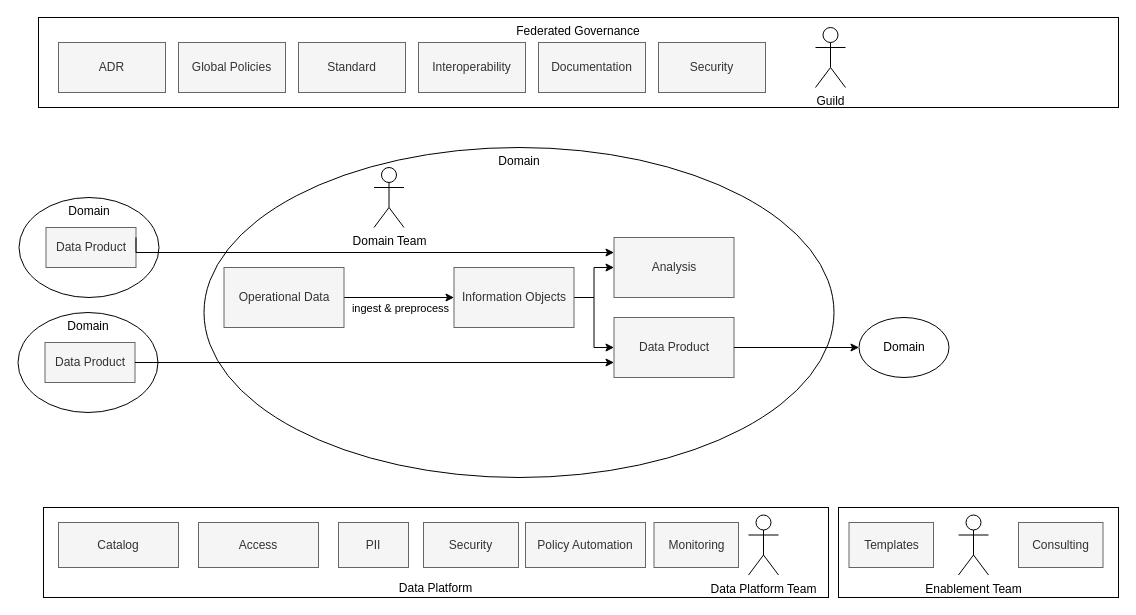
Before: diagrams/datamesharchitecture.drawio in datamesh-architecture/datamesh-architecture.com, a draw.io diagram. Source tidied: cells renumbered, new cells numbered last; positions are measured from the earlier drawing's top-left corner, leaving out a move shared by most shapes. Both pictures are drawn from the tidied source at 100%, with x=0, y=0 at pixel (18, 17).
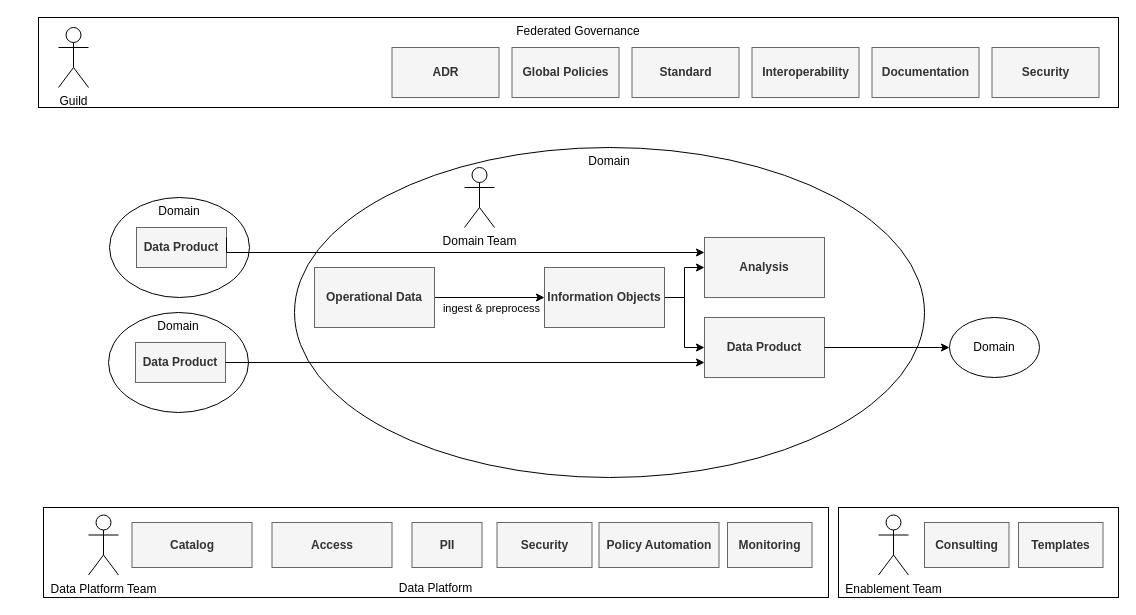
The same diagram, later.

The edit, as a diff of the source:
```diff
@@
     <mxCell id="3" value="Domain" style="ellipse;whiteSpace=wrap;html=1;verticalAlign=top;" parent="1" vertex="1">
-      <mxGeometry x="185.5" y="130" width="630" height="330" as="geometry" />
+      <mxGeometry x="276" y="130" width="630" height="330" as="geometry" />
     </mxCell>
@@
     <mxCell id="6" value="Guild" style="shape=umlActor;verticalLabelPosition=bottom;verticalAlign=top;html=1;" parent="1" vertex="1">
-      <mxGeometry x="797" y="10" width="30" height="60" as="geometry" />
+      <mxGeometry x="40" y="10" width="30" height="60" as="geometry" />
     </mxCell>
     <mxCell id="7" value="Domain Team" style="shape=umlActor;verticalLabelPosition=bottom;verticalAlign=top;html=1;" parent="1" vertex="1">
-      <mxGeometry x="355.5" y="150" width="30" height="60" as="geometry" />
+      <mxGeometry x="446" y="150" width="30" height="60" as="geometry" />
     </mxCell>
     <mxCell id="8" value="Data Platform Team" style="shape=umlActor;verticalLabelPosition=bottom;verticalAlign=top;html=1;" parent="1" vertex="1">
-      <mxGeometry x="730" y="497.5" width="30" height="60" as="geometry" />
+      <mxGeometry x="70" y="497.5" width="30" height="60" as="geometry" />
     </mxCell>
-    <mxCell id="9" value="Analysis" style="rounded=0;whiteSpace=wrap;html=1;fillColor=#f5f5f5;fontColor=#333333;strokeColor=#666666;" parent="1" vertex="1">
-      <mxGeometry x="595.5" y="220" width="120" height="60" as="geometry" />
+    <mxCell id="9" value="Analysis" style="rounded=0;whiteSpace=wrap;html=1;fillColor=#f5f5f5;fontColor=#333333;strokeColor=#666666;fontStyle=1;" parent="1" vertex="1">
+      <mxGeometry x="686" y="220" width="120" height="60" as="geometry" />
     </mxCell>
@@
     <mxCell id="11" style="edgeStyle=orthogonalEdgeStyle;rounded=0;jettySize=auto;html=1;entryX=0;entryY=0.5;entryDx=0;entryDy=0;" parent="1" edge="1" source="14" target="17">
       <mxGeometry relative="1" as="geometry">
         <Array as="points">
-          <mxPoint x="575.5" y="280" />
-          <mxPoint x="575.5" y="330" />
+          <mxPoint x="666" y="280" />
+          <mxPoint x="666" y="330" />
         </Array>
       </mxGeometry>
     </mxCell>
@@
-    <mxCell id="14" value="Information Objects" style="rounded=0;whiteSpace=wrap;html=1;fillColor=#f5f5f5;fontColor=#333333;strokeColor=#666666;" parent="1" vertex="1">
-      <mxGeometry x="435.5" y="250" width="120" height="60" as="geometry" />
+    <mxCell id="14" value="Information Objects" style="rounded=0;whiteSpace=wrap;html=1;fillColor=#f5f5f5;fontColor=#333333;strokeColor=#666666;fontStyle=1;" parent="1" vertex="1">
+      <mxGeometry x="526" y="250" width="120" height="60" as="geometry" />
     </mxCell>
-    <mxCell id="15" value="Operational Data" style="rounded=0;whiteSpace=wrap;html=1;fillColor=#f5f5f5;fontColor=#333333;strokeColor=#666666;" parent="1" vertex="1">
-      <mxGeometry x="205.5" y="250" width="120" height="60" as="geometry" />
+    <mxCell id="15" value="Operational Data" style="rounded=0;whiteSpace=wrap;html=1;fillColor=#f5f5f5;fontColor=#333333;strokeColor=#666666;fontStyle=1;" parent="1" vertex="1">
+      <mxGeometry x="296" y="250" width="120" height="60" as="geometry" />
     </mxCell>
-    <mxCell id="16" value="Global Policies" style="rounded=0;whiteSpace=wrap;html=1;fillColor=#f5f5f5;fontColor=#333333;strokeColor=#666666;" parent="1" vertex="1">
-      <mxGeometry x="160" y="25" width="107" height="50" as="geometry" />
+    <mxCell id="16" value="Global Policies" style="rounded=0;whiteSpace=wrap;html=1;fillColor=#f5f5f5;fontColor=#333333;strokeColor=#666666;fontStyle=1;" parent="1" vertex="1">
+      <mxGeometry x="493.5" y="30" width="107" height="50" as="geometry" />
     </mxCell>
-    <mxCell id="17" value="Data Product" style="rounded=0;whiteSpace=wrap;html=1;fillColor=#f5f5f5;fontColor=#333333;strokeColor=#666666;" parent="1" vertex="1">
-      <mxGeometry x="595.5" y="300" width="120" height="60" as="geometry" />
+    <mxCell id="17" value="Data Product" style="rounded=0;whiteSpace=wrap;html=1;fillColor=#f5f5f5;fontColor=#333333;strokeColor=#666666;fontStyle=1;" parent="1" vertex="1">
+      <mxGeometry x="686" y="300" width="120" height="60" as="geometry" />
     </mxCell>
     <mxCell id="18" value="Domain" style="ellipse;whiteSpace=wrap;html=1;verticalAlign=middle;" parent="1" vertex="1">
-      <mxGeometry x="840.5" y="300" width="90" height="60" as="geometry" />
+      <mxGeometry x="931" y="300" width="90" height="60" as="geometry" />
     </mxCell>
@@
-    <mxCell id="20" value="Catalog" style="rounded=0;whiteSpace=wrap;html=1;fillColor=#f5f5f5;fontColor=#333333;strokeColor=#666666;" parent="1" vertex="1">
-      <mxGeometry x="40" y="505" width="120" height="45" as="geometry" />
+    <mxCell id="20" value="Catalog" style="rounded=0;whiteSpace=wrap;html=1;fillColor=#f5f5f5;fontColor=#333333;strokeColor=#666666;fontStyle=1;" parent="1" vertex="1">
+      <mxGeometry x="113.5" y="505" width="120" height="45" as="geometry" />
     </mxCell>
-    <mxCell id="21" value="Access" style="rounded=0;whiteSpace=wrap;html=1;fillColor=#f5f5f5;fontColor=#333333;strokeColor=#666666;" parent="1" vertex="1">
-      <mxGeometry x="180" y="505" width="120" height="45" as="geometry" />
+    <mxCell id="21" value="Access" style="rounded=0;whiteSpace=wrap;html=1;fillColor=#f5f5f5;fontColor=#333333;strokeColor=#666666;fontStyle=1;" parent="1" vertex="1">
+      <mxGeometry x="253.5" y="505" width="120" height="45" as="geometry" />
     </mxCell>
-    <mxCell id="22" value="PII" style="rounded=0;whiteSpace=wrap;html=1;fillColor=#f5f5f5;fontColor=#333333;strokeColor=#666666;" parent="1" vertex="1">
-      <mxGeometry x="320" y="505" width="70" height="45" as="geometry" />
+    <mxCell id="22" value="PII" style="rounded=0;whiteSpace=wrap;html=1;fillColor=#f5f5f5;fontColor=#333333;strokeColor=#666666;fontStyle=1;" parent="1" vertex="1">
+      <mxGeometry x="393.5" y="505" width="70" height="45" as="geometry" />
     </mxCell>
     <mxCell id="23" value="Domain" style="ellipse;whiteSpace=wrap;html=1;verticalAlign=top;" parent="1" vertex="1">
-      <mxGeometry x="0.5" y="180" width="140" height="100" as="geometry" />
+      <mxGeometry x="91" y="180" width="140" height="100" as="geometry" />
     </mxCell>
-    <mxCell id="24" value="Data Product" style="rounded=0;whiteSpace=wrap;html=1;fillColor=#f5f5f5;fontColor=#333333;strokeColor=#666666;" parent="1" vertex="1">
-      <mxGeometry x="27.5" y="210" width="90" height="40" as="geometry" />
+    <mxCell id="24" value="Data Product" style="rounded=0;whiteSpace=wrap;html=1;fillColor=#f5f5f5;fontColor=#333333;strokeColor=#666666;fontStyle=1;" parent="1" vertex="1">
+      <mxGeometry x="118" y="210" width="90" height="40" as="geometry" />
     </mxCell>
     <mxCell id="25" style="edgeStyle=orthogonalEdgeStyle;rounded=0;jettySize=auto;html=1;startArrow=classic;startFill=1;endArrow=none;endFill=0;exitX=0;exitY=0.25;exitDx=0;exitDy=0;entryX=1;entryY=0.25;entryDx=0;entryDy=0;" parent="1" edge="1" source="9" target="24">
       <mxGeometry relative="1" as="geometry">
         <Array as="points">
-          <mxPoint x="117.5" y="235" />
+          <mxPoint x="208" y="235" />
         </Array>
       </mxGeometry>
     </mxCell>
-    <mxCell id="26" value="Security" style="rounded=0;whiteSpace=wrap;html=1;fillColor=#f5f5f5;fontColor=#333333;strokeColor=#666666;" parent="1" vertex="1">
-      <mxGeometry x="405" y="505" width="95" height="45" as="geometry" />
+    <mxCell id="26" value="Security" style="rounded=0;whiteSpace=wrap;html=1;fillColor=#f5f5f5;fontColor=#333333;strokeColor=#666666;fontStyle=1;" parent="1" vertex="1">
+      <mxGeometry x="478.5" y="505" width="95" height="45" as="geometry" />
     </mxCell>
-    <mxCell id="27" value="Policy Automation" style="rounded=0;whiteSpace=wrap;html=1;fillColor=#f5f5f5;fontColor=#333333;strokeColor=#666666;" parent="1" vertex="1">
-      <mxGeometry x="507" y="505" width="120" height="45" as="geometry" />
+    <mxCell id="27" value="Policy Automation" style="rounded=0;whiteSpace=wrap;html=1;fillColor=#f5f5f5;fontColor=#333333;strokeColor=#666666;fontStyle=1;" parent="1" vertex="1">
+      <mxGeometry x="580.5" y="505" width="120" height="45" as="geometry" />
     </mxCell>
-    <mxCell id="28" value="Monitoring" style="rounded=0;whiteSpace=wrap;html=1;fillColor=#f5f5f5;fontColor=#333333;strokeColor=#666666;" parent="1" vertex="1">
-      <mxGeometry x="635.5" y="505" width="84.5" height="45" as="geometry" />
+    <mxCell id="28" value="Monitoring" style="rounded=0;whiteSpace=wrap;html=1;fillColor=#f5f5f5;fontColor=#333333;strokeColor=#666666;fontStyle=1;" parent="1" vertex="1">
+      <mxGeometry x="709" y="505" width="84.5" height="45" as="geometry" />
     </mxCell>
-    <mxCell id="29" value="ADR" style="rounded=0;whiteSpace=wrap;html=1;fillColor=#f5f5f5;fontColor=#333333;strokeColor=#666666;" parent="1" vertex="1">
-      <mxGeometry x="40" y="25" width="107" height="50" as="geometry" />
+    <mxCell id="29" value="ADR" style="rounded=0;whiteSpace=wrap;html=1;fillColor=#f5f5f5;fontColor=#333333;strokeColor=#666666;fontStyle=1;" parent="1" vertex="1">
+      <mxGeometry x="373.5" y="30" width="107" height="50" as="geometry" />
     </mxCell>
-    <mxCell id="30" value="Standard" style="rounded=0;whiteSpace=wrap;html=1;fillColor=#f5f5f5;fontColor=#333333;strokeColor=#666666;" parent="1" vertex="1">
-      <mxGeometry x="280" y="25" width="107" height="50" as="geometry" />
+    <mxCell id="30" value="Standard" style="rounded=0;whiteSpace=wrap;html=1;fillColor=#f5f5f5;fontColor=#333333;strokeColor=#666666;fontStyle=1;" parent="1" vertex="1">
+      <mxGeometry x="613.5" y="30" width="107" height="50" as="geometry" />
     </mxCell>
-    <mxCell id="31" value="Interoperability" style="rounded=0;whiteSpace=wrap;html=1;fillColor=#f5f5f5;fontColor=#333333;strokeColor=#666666;" parent="1" vertex="1">
-      <mxGeometry x="400" y="25" width="107" height="50" as="geometry" />
+    <mxCell id="31" value="Interoperability" style="rounded=0;whiteSpace=wrap;html=1;fillColor=#f5f5f5;fontColor=#333333;strokeColor=#666666;fontStyle=1;" parent="1" vertex="1">
+      <mxGeometry x="733.5" y="30" width="107" height="50" as="geometry" />
     </mxCell>
-    <mxCell id="32" value="Documentation" style="rounded=0;whiteSpace=wrap;html=1;fillColor=#f5f5f5;fontColor=#333333;strokeColor=#666666;" parent="1" vertex="1">
-      <mxGeometry x="520" y="25" width="107" height="50" as="geometry" />
+    <mxCell id="32" value="Documentation" style="rounded=0;whiteSpace=wrap;html=1;fillColor=#f5f5f5;fontColor=#333333;strokeColor=#666666;fontStyle=1;" parent="1" vertex="1">
+      <mxGeometry x="853.5" y="30" width="107" height="50" as="geometry" />
     </mxCell>
-    <mxCell id="33" value="Security" style="rounded=0;whiteSpace=wrap;html=1;fillColor=#f5f5f5;fontColor=#333333;strokeColor=#666666;" parent="1" vertex="1">
-      <mxGeometry x="640" y="25" width="107" height="50" as="geometry" />
+    <mxCell id="33" value="Security" style="rounded=0;whiteSpace=wrap;html=1;fillColor=#f5f5f5;fontColor=#333333;strokeColor=#666666;fontStyle=1;" parent="1" vertex="1">
+      <mxGeometry x="973.5" y="30" width="107" height="50" as="geometry" />
     </mxCell>
     <mxCell id="34" value="Domain" style="ellipse;whiteSpace=wrap;html=1;verticalAlign=top;" parent="1" vertex="1">
-      <mxGeometry x="-0.5" y="295" width="140" height="100" as="geometry" />
+      <mxGeometry x="90" y="295" width="140" height="100" as="geometry" />
     </mxCell>
-    <mxCell id="35" value="Data Product" style="rounded=0;whiteSpace=wrap;html=1;fillColor=#f5f5f5;fontColor=#333333;strokeColor=#666666;" parent="1" vertex="1">
-      <mxGeometry x="26.5" y="325" width="90" height="40" as="geometry" />
+    <mxCell id="35" value="Data Product" style="rounded=0;whiteSpace=wrap;html=1;fillColor=#f5f5f5;fontColor=#333333;strokeColor=#666666;fontStyle=1;" parent="1" vertex="1">
+      <mxGeometry x="117" y="325" width="90" height="40" as="geometry" />
     </mxCell>
@@
     <mxCell id="37" value="Enablement Team" style="shape=umlActor;verticalLabelPosition=bottom;verticalAlign=top;html=1;" parent="1" vertex="1">
-      <mxGeometry x="940" y="497.5" width="30" height="60" as="geometry" />
+      <mxGeometry x="860" y="497.5" width="30" height="60" as="geometry" />
     </mxCell>
-    <mxCell id="38" value="Templates" style="rounded=0;whiteSpace=wrap;html=1;fillColor=#f5f5f5;fontColor=#333333;strokeColor=#666666;" parent="1" vertex="1">
-      <mxGeometry x="830.5" y="505" width="84.5" height="45" as="geometry" />
+    <mxCell id="38" value="Templates" style="rounded=0;whiteSpace=wrap;html=1;fillColor=#f5f5f5;fontColor=#333333;strokeColor=#666666;fontStyle=1;" parent="1" vertex="1">
+      <mxGeometry x="1000" y="505" width="84.5" height="45" as="geometry" />
     </mxCell>
-    <mxCell id="39" value="Consulting" style="rounded=0;whiteSpace=wrap;html=1;fillColor=#f5f5f5;fontColor=#333333;strokeColor=#666666;" parent="1" vertex="1">
-      <mxGeometry x="1000" y="505" width="84.5" height="45" as="geometry" />
+    <mxCell id="39" value="Consulting" style="rounded=0;whiteSpace=wrap;html=1;fillColor=#f5f5f5;fontColor=#333333;strokeColor=#666666;fontStyle=1;" parent="1" vertex="1">
+      <mxGeometry x="906" y="505" width="84.5" height="45" as="geometry" />
     </mxCell>
```
